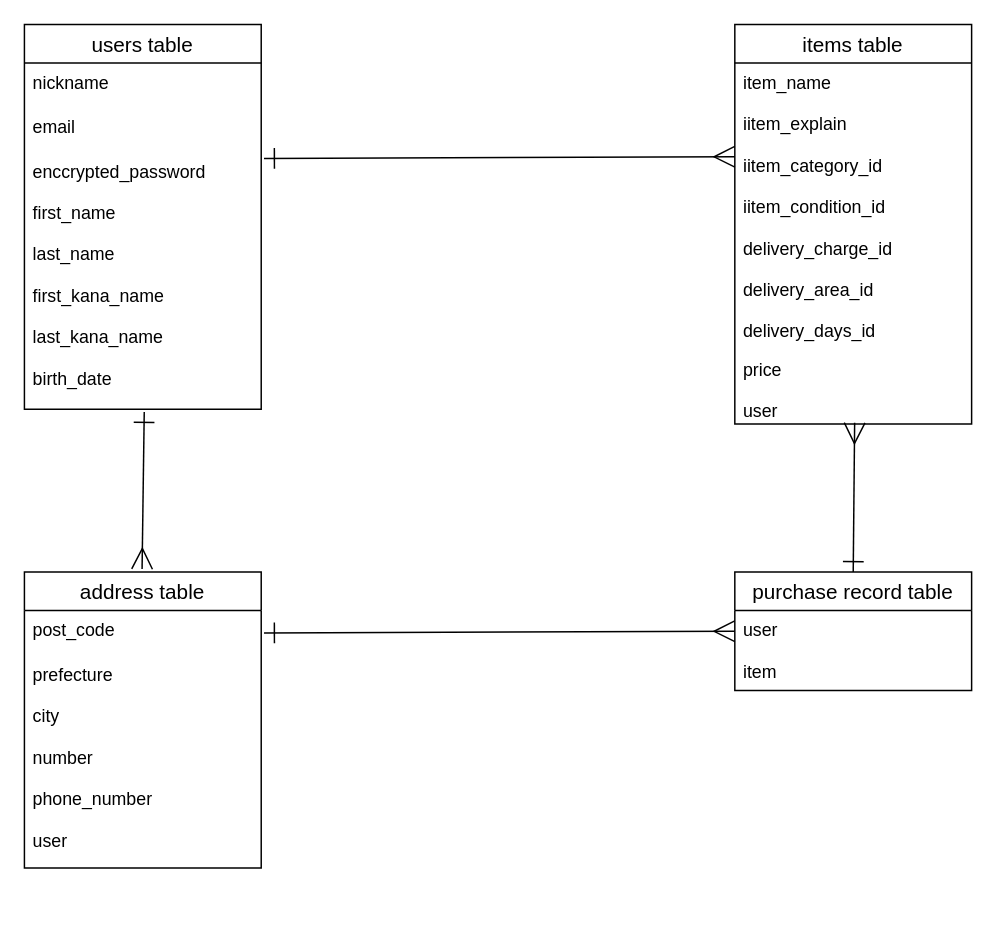
Earlier version of the draw.io diagram test.dio (Yajin13/furima-37710). Source tidied: cells renumbered, new cells numbered last; positions are measured from the earlier drawing's top-left corner, leaving out a move shared by most shapes. Both pictures are drawn from the tidied source at 148%, with x=0, y=0 at pixel (24, 24).
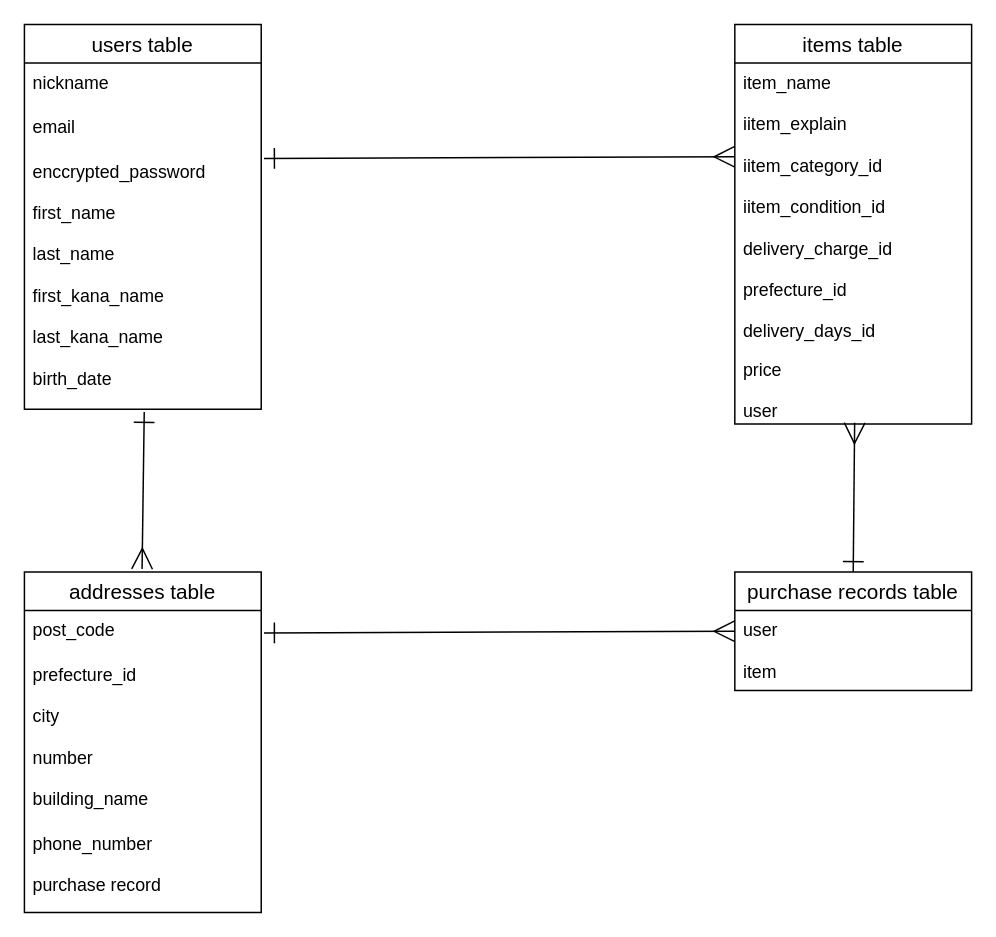
The same diagram, later.

Unchanged cells that the change refers to:
```xml
<mxCell id="6" value="items table" style="swimlane;fontStyle=0;horizontal=1;startSize=26;align=center;fontSize=14;" parent="1" vertex="1">
  <mxGeometry x="480" width="160" height="270" as="geometry" />
</mxCell>
```

Change to the diagram source:
```diff
@@
-    <mxCell id="7" value="item_name&#10;&#10;iitem_explain&#10;&#10;iitem_category_id&#10;&#10;iitem_condition_id&#10;&#10;delivery_charge_id&#10;&#10;delivery_area_id&#10;&#10;delivery_days_id" style="text;strokeColor=none;fillColor=none;spacingLeft=4;spacingRight=4;overflow=hidden;fontSize=12;" parent="6" vertex="1">
+    <mxCell id="7" value="item_name&#10;&#10;iitem_explain&#10;&#10;iitem_category_id&#10;&#10;iitem_condition_id&#10;&#10;delivery_charge_id&#10;&#10;prefecture_id &#10;&#10;delivery_days_id" style="text;strokeColor=none;fillColor=none;spacingLeft=4;spacingRight=4;overflow=hidden;fontSize=12;" parent="6" vertex="1">
       <mxGeometry y="26" width="160" height="194" as="geometry" />
     </mxCell>
@@
-    <mxCell id="9" value="address table" style="swimlane;fontStyle=0;horizontal=1;startSize=26;align=center;fontSize=14;" parent="1" vertex="1">
-      <mxGeometry y="370" width="160" height="200" as="geometry" />
+    <mxCell id="9" value="addresses table" style="swimlane;fontStyle=0;horizontal=1;startSize=26;align=center;fontSize=14;" parent="1" vertex="1">
+      <mxGeometry y="370" width="160" height="230" as="geometry" />
     </mxCell>
@@
-    <mxCell id="11" value="prefecture&#10;&#10;city&#10;&#10;number" style="text;strokeColor=none;fillColor=none;spacingLeft=4;spacingRight=4;overflow=hidden;fontSize=12;" parent="9" vertex="1">
-      <mxGeometry y="56" width="160" height="84" as="geometry" />
+    <mxCell id="11" value="prefecture_id&#10;&#10;city&#10;&#10;number&#10;&#10;building_name" style="text;strokeColor=none;fillColor=none;spacingLeft=4;spacingRight=4;overflow=hidden;fontSize=12;" parent="9" vertex="1">
+      <mxGeometry y="56" width="160" height="114" as="geometry" />
     </mxCell>
-    <mxCell id="12" value="phone_number&#10;&#10;user" style="text;strokeColor=none;fillColor=none;spacingLeft=4;spacingRight=4;overflow=hidden;fontSize=12;" parent="9" vertex="1">
-      <mxGeometry y="140" width="160" height="60" as="geometry" />
+    <mxCell id="12" value="phone_number&#10;&#10;purchase record" style="text;strokeColor=none;fillColor=none;spacingLeft=4;spacingRight=4;overflow=hidden;fontSize=12;" parent="9" vertex="1">
+      <mxGeometry y="170" width="160" height="60" as="geometry" />
     </mxCell>
@@
-    <mxCell id="14" value="purchase record table" style="swimlane;fontStyle=0;horizontal=1;startSize=26;align=center;fontSize=14;" parent="1" vertex="1">
+    <mxCell id="14" value="purchase records table" style="swimlane;fontStyle=0;horizontal=1;startSize=26;align=center;fontSize=14;" parent="1" vertex="1">
       <mxGeometry x="480" y="370" width="160" height="80" as="geometry" />
     </mxCell>
```
